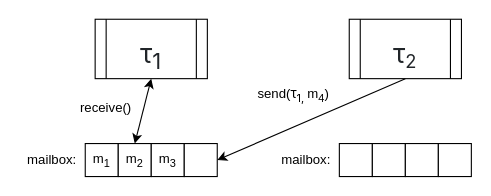
The draw.io diagram designDocs/actor_model.drawio in matt-neave/verificationAwareElixir, before the edit. Source tidied: cells renumbered, new cells numbered last; positions are measured from the earlier drawing's top-left corner, leaving out a move shared by most shapes. Both pictures are drawn from the tidied source at 110%, with x=0, y=0 at pixel (19, 19).
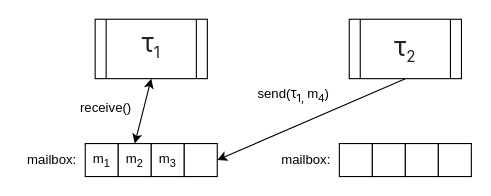
Above is the later version.

Diff of the diagram source:
```diff
@@
 <mxGraphModel>
   <root>
     <mxCell id="0" />
     <mxCell id="1" parent="0" />
-    <mxCell id="2" value="&lt;h2 style=&quot;box-sizing: border-box; margin-top: 0px; line-height: 1.2; color: rgb(33, 37, 41); font-family: system-ui, -apple-system, &amp;quot;Segoe UI&amp;quot;, Roboto, &amp;quot;Helvetica Neue&amp;quot;, &amp;quot;Noto Sans&amp;quot;, &amp;quot;Liberation Sans&amp;quot;, Arial, sans-serif, &amp;quot;Apple Color Emoji&amp;quot;, &amp;quot;Segoe UI Emoji&amp;quot;, &amp;quot;Segoe UI Symbol&amp;quot;, &amp;quot;Noto Color Emoji&amp;quot;; background-color: rgb(255, 255, 255); margin-bottom: 0px !important;&quot; class=&quot;h4 mb-0&quot;&gt;&lt;kbd style=&quot;box-sizing: border-box; font-family: -apple-system, BlinkMacSystemFont, &amp;quot;Segoe UI&amp;quot;, Roboto, Helvetica, Arial, sans-serif, &amp;quot;Apple Color Emoji&amp;quot;, &amp;quot;Segoe UI Emoji&amp;quot;, &amp;quot;Segoe UI Symbol&amp;quot;; padding: 0.1875rem 0.375rem; color: var(--bs-body-bg); background-color: var(--bs-body-color); border-radius: 0.25rem; font-weight: normal;&quot;&gt;&lt;span style=&quot;font-size: 1.5rem;&quot;&gt;τ&lt;sub&gt;1&lt;/sub&gt;&lt;/span&gt;&lt;/kbd&gt;&lt;/h2&gt;" style="shape=process;whiteSpace=wrap;html=1;backgroundOutline=1;fontSize=24;align=center;horizontal=1;verticalAlign=middle;" parent="1" vertex="1">
+    <mxCell id="2" value="&lt;p style=&quot;border-color: var(--border-color); box-sizing: border-box; margin-top: 0px; line-height: 1.2; color: rgb(33, 37, 41); font-family: system-ui, -apple-system, &amp;quot;Segoe UI&amp;quot;, Roboto, &amp;quot;Helvetica Neue&amp;quot;, &amp;quot;Noto Sans&amp;quot;, &amp;quot;Liberation Sans&amp;quot;, Arial, sans-serif, &amp;quot;Apple Color Emoji&amp;quot;, &amp;quot;Segoe UI Emoji&amp;quot;, &amp;quot;Segoe UI Symbol&amp;quot;, &amp;quot;Noto Color Emoji&amp;quot;; background-color: rgb(255, 255, 255); margin-bottom: 0px !important;&quot;&gt;&lt;kbd style=&quot;border-color: var(--border-color); box-sizing: border-box; font-family: -apple-system, BlinkMacSystemFont, &amp;quot;Segoe UI&amp;quot;, Roboto, Helvetica, Arial, sans-serif, &amp;quot;Apple Color Emoji&amp;quot;, &amp;quot;Segoe UI Emoji&amp;quot;, &amp;quot;Segoe UI Symbol&amp;quot;; padding: 0.1875rem 0.375rem; color: var(--bs-body-bg); background-color: var(--bs-body-color); border-radius: 0.25rem; font-weight: normal;&quot;&gt;τ&lt;sub style=&quot;&quot;&gt;&lt;font style=&quot;font-size: 13.8889px;&quot;&gt;1&lt;/font&gt;&lt;/sub&gt;&lt;/kbd&gt;&lt;/p&gt;" style="shape=process;whiteSpace=wrap;html=1;backgroundOutline=1;fontSize=24;align=center;horizontal=1;verticalAlign=top;" parent="1" vertex="1">
       <mxGeometry x="69" width="102" height="54" as="geometry" />
     </mxCell>
     <mxCell id="3" value="m&lt;sub&gt;1&lt;/sub&gt;" style="whiteSpace=wrap;html=1;" parent="1" vertex="1">
       <mxGeometry x="60" y="113" width="30" height="30" as="geometry" />
     </mxCell>
     <mxCell id="4" value="m&lt;sub&gt;2&lt;/sub&gt;" style="whiteSpace=wrap;html=1;" parent="1" vertex="1">
       <mxGeometry x="90" y="113" width="30" height="30" as="geometry" />
     </mxCell>
     <mxCell id="5" value="m&lt;sub&gt;3&lt;/sub&gt;" style="whiteSpace=wrap;html=1;" parent="1" vertex="1">
       <mxGeometry x="120" y="113" width="30" height="30" as="geometry" />
     </mxCell>
     <mxCell id="6" style="whiteSpace=wrap;html=1;" parent="1" vertex="1">
       <mxGeometry x="150" y="113" width="30" height="30" as="geometry" />
     </mxCell>
     <mxCell id="7" style="endArrow=classic;startArrow=classic;html=1;rounded=0;exitX=0.5;exitY=0;exitDx=0;exitDy=0;entryX=0.5;entryY=1;entryDx=0;entryDy=0;" parent="1" edge="1" source="4" target="2">
       <mxGeometry relative="1" as="geometry" />
     </mxCell>
     <mxCell id="8" value="receive()" style="text;html=1;strokeColor=none;fillColor=none;align=center;verticalAlign=middle;whiteSpace=wrap;rounded=0;" parent="1" vertex="1">
       <mxGeometry x="49" y="66" width="60" height="30" as="geometry" />
     </mxCell>
     <mxCell id="9" value="mailbox:" style="text;html=1;strokeColor=none;fillColor=none;align=center;verticalAlign=middle;whiteSpace=wrap;rounded=0;" parent="1" vertex="1">
       <mxGeometry y="113" width="60" height="30" as="geometry" />
     </mxCell>
-    <mxCell id="10" value="&lt;h2 style=&quot;box-sizing: border-box; margin-top: 0px; line-height: 1.2; color: rgb(33, 37, 41); font-family: system-ui, -apple-system, &amp;quot;Segoe UI&amp;quot;, Roboto, &amp;quot;Helvetica Neue&amp;quot;, &amp;quot;Noto Sans&amp;quot;, &amp;quot;Liberation Sans&amp;quot;, Arial, sans-serif, &amp;quot;Apple Color Emoji&amp;quot;, &amp;quot;Segoe UI Emoji&amp;quot;, &amp;quot;Segoe UI Symbol&amp;quot;, &amp;quot;Noto Color Emoji&amp;quot;; background-color: rgb(255, 255, 255); margin-bottom: 0px !important;&quot; class=&quot;h4 mb-0&quot;&gt;&lt;kbd style=&quot;box-sizing: border-box; font-family: -apple-system, BlinkMacSystemFont, &amp;quot;Segoe UI&amp;quot;, Roboto, Helvetica, Arial, sans-serif, &amp;quot;Apple Color Emoji&amp;quot;, &amp;quot;Segoe UI Emoji&amp;quot;, &amp;quot;Segoe UI Symbol&amp;quot;; padding: 0.1875rem 0.375rem; color: var(--bs-body-bg); background-color: var(--bs-body-color); border-radius: 0.25rem; font-weight: normal;&quot;&gt;&lt;span style=&quot;font-size: 1.5rem;&quot;&gt;τ&lt;/span&gt;&lt;span style=&quot;font-size: 20px;&quot;&gt;&lt;sub&gt;2&lt;/sub&gt;&lt;/span&gt;&lt;/kbd&gt;&lt;/h2&gt;" style="shape=process;whiteSpace=wrap;html=1;backgroundOutline=1;fontSize=24;align=center;horizontal=1;verticalAlign=middle;" parent="1" vertex="1">
+    <mxCell id="10" value="&lt;p style=&quot;box-sizing: border-box; margin-top: 0px; line-height: 1.2; color: rgb(33, 37, 41); font-family: system-ui, -apple-system, &amp;quot;Segoe UI&amp;quot;, Roboto, &amp;quot;Helvetica Neue&amp;quot;, &amp;quot;Noto Sans&amp;quot;, &amp;quot;Liberation Sans&amp;quot;, Arial, sans-serif, &amp;quot;Apple Color Emoji&amp;quot;, &amp;quot;Segoe UI Emoji&amp;quot;, &amp;quot;Segoe UI Symbol&amp;quot;, &amp;quot;Noto Color Emoji&amp;quot;; background-color: rgb(255, 255, 255); margin-bottom: 0px !important;&quot;&gt;&lt;kbd style=&quot;box-sizing: border-box; font-family: -apple-system, BlinkMacSystemFont, &amp;quot;Segoe UI&amp;quot;, Roboto, Helvetica, Arial, sans-serif, &amp;quot;Apple Color Emoji&amp;quot;, &amp;quot;Segoe UI Emoji&amp;quot;, &amp;quot;Segoe UI Symbol&amp;quot;; padding: 0.1875rem 0.375rem; color: var(--bs-body-bg); background-color: var(--bs-body-color); border-radius: 0.25rem; font-weight: normal;&quot;&gt;&lt;span style=&quot;font-size: 1.5rem;&quot;&gt;τ&lt;/span&gt;&lt;sub style=&quot;&quot;&gt;&lt;font style=&quot;font-size: 13.8889px;&quot;&gt;2&lt;/font&gt;&lt;/sub&gt;&lt;/kbd&gt;&lt;/p&gt;" style="shape=process;whiteSpace=wrap;html=1;backgroundOutline=1;fontSize=24;align=center;horizontal=1;verticalAlign=middle;" parent="1" vertex="1">
       <mxGeometry x="300" width="102" height="54" as="geometry" />
     </mxCell>
     <mxCell id="11" style="whiteSpace=wrap;html=1;" parent="1" vertex="1">
       <mxGeometry x="291" y="113" width="30" height="30" as="geometry" />
     </mxCell>
     <mxCell id="12" style="whiteSpace=wrap;html=1;" parent="1" vertex="1">
       <mxGeometry x="321" y="113" width="30" height="30" as="geometry" />
     </mxCell>
     <mxCell id="13" style="whiteSpace=wrap;html=1;" parent="1" vertex="1">
       <mxGeometry x="351" y="113" width="30" height="30" as="geometry" />
     </mxCell>
     <mxCell id="14" style="whiteSpace=wrap;html=1;" parent="1" vertex="1">
       <mxGeometry x="381" y="113" width="30" height="30" as="geometry" />
     </mxCell>
     <mxCell id="15" value="&lt;font style=&quot;font-size: 12px;&quot;&gt;send(&lt;span style=&quot;background-color: var(--bs-body-color); color: var(--bs-body-bg); font-family: -apple-system, BlinkMacSystemFont, &amp;quot;Segoe UI&amp;quot;, Roboto, Helvetica, Arial, sans-serif, &amp;quot;Apple Color Emoji&amp;quot;, &amp;quot;Segoe UI Emoji&amp;quot;, &amp;quot;Segoe UI Symbol&amp;quot;;&quot;&gt;τ&lt;/span&gt;&lt;sub style=&quot;background-color: var(--bs-body-color); color: var(--bs-body-bg); font-family: -apple-system, BlinkMacSystemFont, &amp;quot;Segoe UI&amp;quot;, Roboto, Helvetica, Arial, sans-serif, &amp;quot;Apple Color Emoji&amp;quot;, &amp;quot;Segoe UI Emoji&amp;quot;, &amp;quot;Segoe UI Symbol&amp;quot;; border-color: var(--border-color);&quot;&gt;1,&amp;nbsp;&lt;/sub&gt;&lt;/font&gt;&lt;font style=&quot;font-size: 12px;&quot;&gt;m&lt;sub style=&quot;&quot;&gt;4&lt;/sub&gt;)&lt;/font&gt;" style="text;html=1;strokeColor=none;fillColor=none;align=center;verticalAlign=middle;whiteSpace=wrap;rounded=0;" parent="1" vertex="1">
       <mxGeometry x="199" y="54" width="101" height="30" as="geometry" />
     </mxCell>
     <mxCell id="16" value="mailbox:" style="text;html=1;strokeColor=none;fillColor=none;align=center;verticalAlign=middle;whiteSpace=wrap;rounded=0;" parent="1" vertex="1">
       <mxGeometry x="231" y="113" width="60" height="30" as="geometry" />
     </mxCell>
     <mxCell id="17" style="endArrow=classic;html=1;rounded=0;exitX=0.5;exitY=1;exitDx=0;exitDy=0;entryX=1;entryY=0.5;entryDx=0;entryDy=0;" parent="1" edge="1" source="10" target="6">
       <mxGeometry relative="1" as="geometry" />
     </mxCell>
   </root>
 </mxGraphModel>
```
